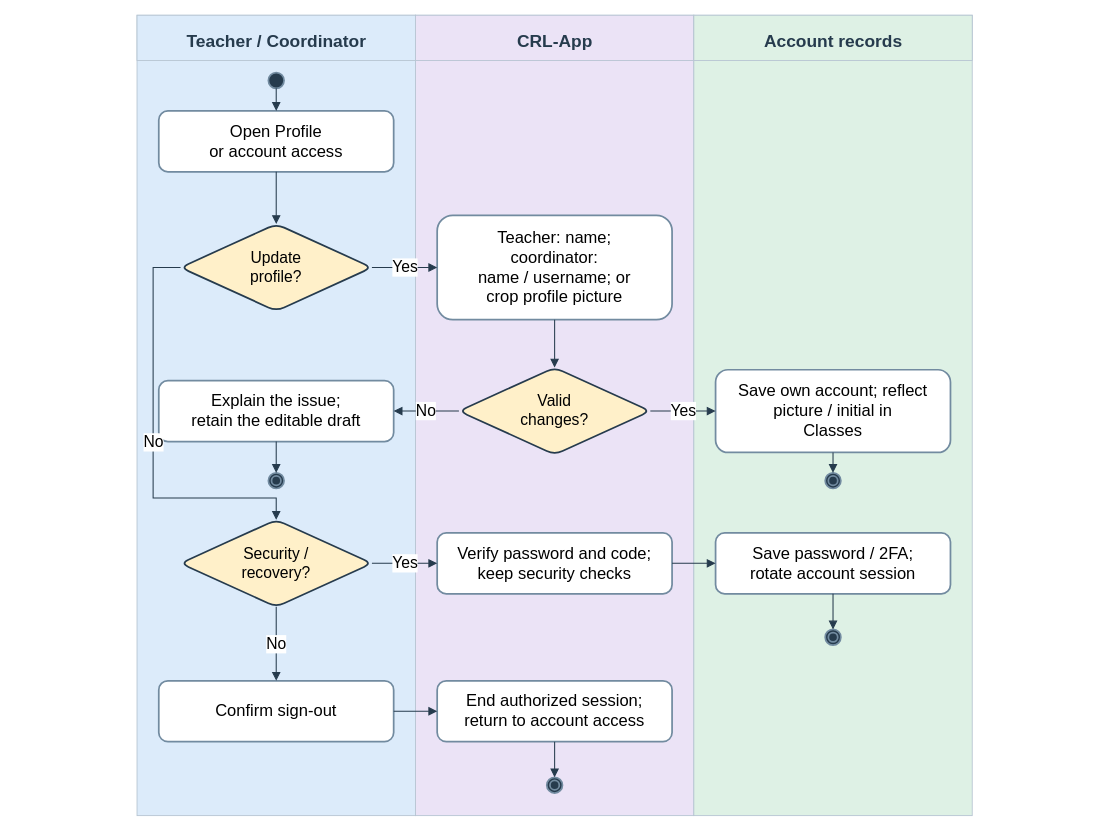
AkuSayangKamuJudaSayang/crl-app keeps this draw.io diagram as docs/diagrams/class-workspaces/figure-14-profile-recovery.drawio. Above is the earlier version. Source tidied: cells renumbered, new cells numbered last; positions are measured from the earlier drawing's top-left corner, leaving out a move shared by most shapes. Both pictures are drawn from the tidied source at 87%, with x=0, y=0 at pixel (15, 15).
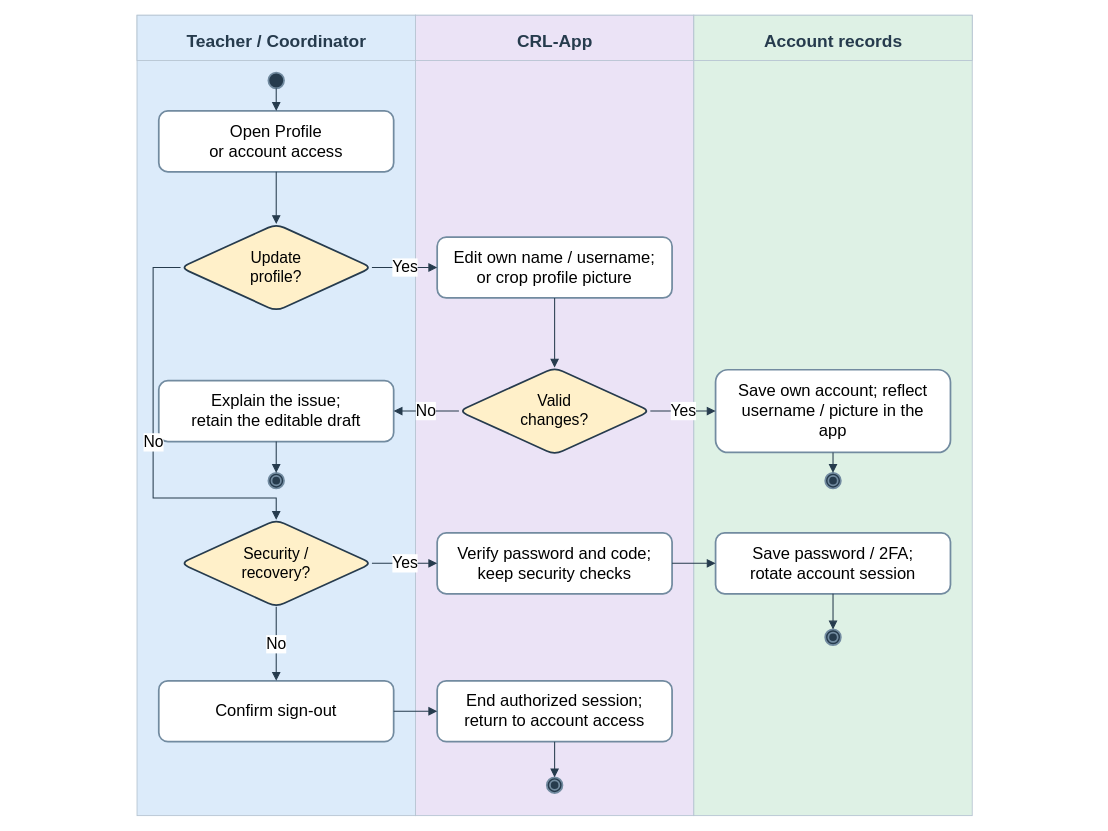
The same page after the edit.

Change to the diagram source:
```diff
@@
-    <mxCell id="14" value="Teacher: name;&lt;br&gt;coordinator:&lt;br&gt;name / username; or&lt;br&gt;crop profile picture" style="rounded=1;whiteSpace=wrap;html=1;fontFamily=Arial;fillColor=#ffffff;strokeColor=#728ba0;strokeWidth=2;fontSize=19;" parent="1" vertex="1">
-      <mxGeometry x="485" y="230" width="270" height="120" as="geometry" />
+    <mxCell id="14" value="Edit own name / username;&lt;br&gt;or crop profile picture" style="rounded=1;whiteSpace=wrap;html=1;fontFamily=Arial;fillColor=#ffffff;strokeColor=#728ba0;strokeWidth=2;fontSize=19;" parent="1" vertex="1">
+      <mxGeometry x="485" y="255" width="270" height="70" as="geometry" />
     </mxCell>
@@
-    <mxCell id="18" value="Save own account; reflect&lt;br&gt;picture / initial in&lt;br&gt;Classes" style="rounded=1;whiteSpace=wrap;html=1;fontFamily=Arial;fillColor=#ffffff;strokeColor=#728ba0;strokeWidth=2;fontSize=19;" parent="1" vertex="1">
+    <mxCell id="18" value="Save own account; reflect&lt;br&gt;username / picture in the&lt;br&gt;app" style="rounded=1;whiteSpace=wrap;html=1;fontFamily=Arial;fillColor=#ffffff;strokeColor=#728ba0;strokeWidth=2;fontSize=19;" parent="1" vertex="1">
       <mxGeometry x="805" y="407.5" width="270" height="95" as="geometry" />
     </mxCell>
```
